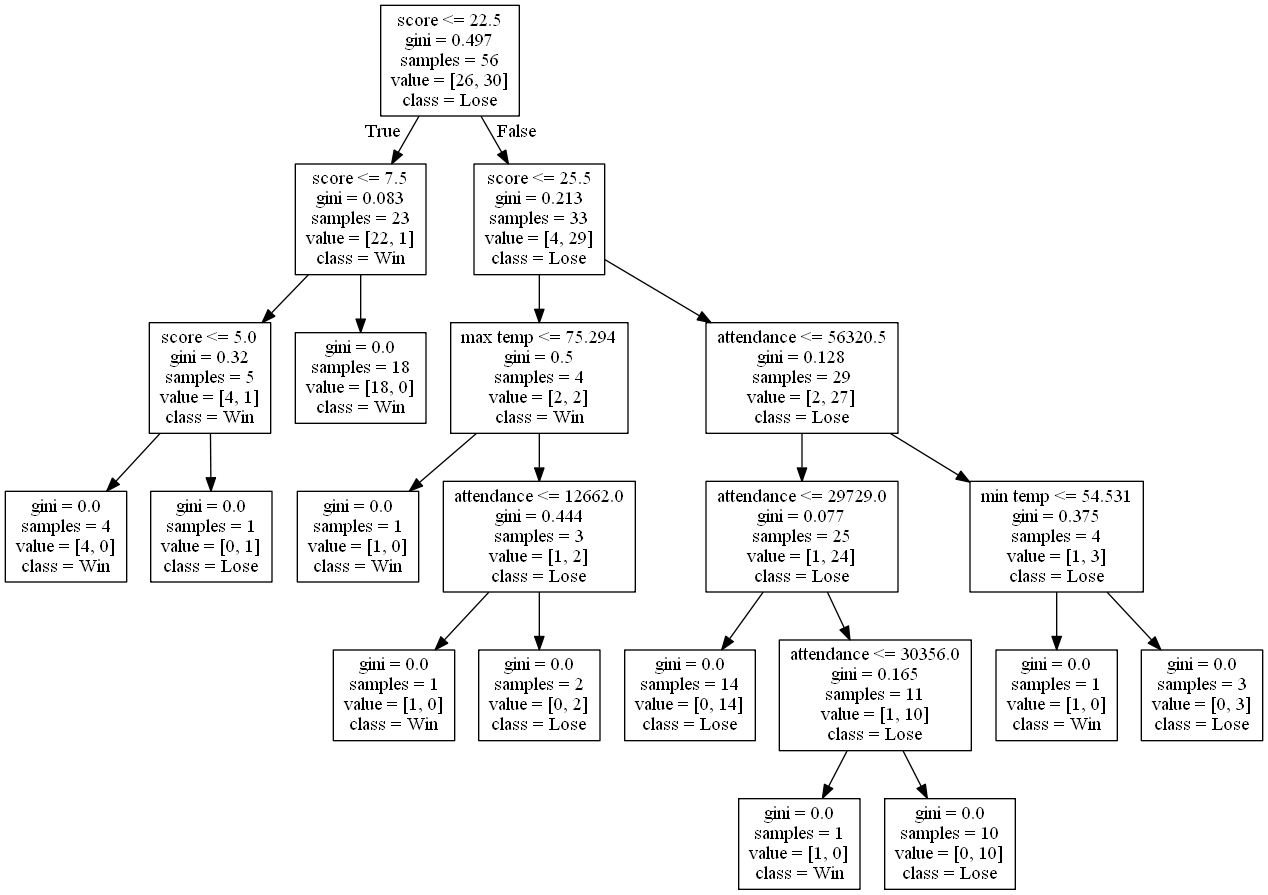
This is DecisionTrees/decision_tree_with_score16.png from alexana-steck/CSE482Project, a Graphviz export, as it was before one commit. Its source is kept beside it as DecisionTrees/decision_tree_with_score16.dot. Its diagram source:
```dot
digraph Tree {
node [shape=box] ;
0 [label="score <= 22.5\ngini = 0.497\nsamples = 56\nvalue = [26, 30]\nclass = Lose"] ;
1 [label="score <= 7.5\ngini = 0.083\nsamples = 23\nvalue = [22, 1]\nclass = Win"] ;
0 -> 1 [labeldistance=2.5, labelangle=45, headlabel="True"] ;
2 [label="score <= 5.0\ngini = 0.32\nsamples = 5\nvalue = [4, 1]\nclass = Win"] ;
1 -> 2 ;
3 [label="gini = 0.0\nsamples = 4\nvalue = [4, 0]\nclass = Win"] ;
2 -> 3 ;
4 [label="gini = 0.0\nsamples = 1\nvalue = [0, 1]\nclass = Lose"] ;
2 -> 4 ;
5 [label="gini = 0.0\nsamples = 18\nvalue = [18, 0]\nclass = Win"] ;
1 -> 5 ;
6 [label="score <= 25.5\ngini = 0.213\nsamples = 33\nvalue = [4, 29]\nclass = Lose"] ;
0 -> 6 [labeldistance=2.5, labelangle=-45, headlabel="False"] ;
7 [label="max temp <= 75.294\ngini = 0.5\nsamples = 4\nvalue = [2, 2]\nclass = Win"] ;
6 -> 7 ;
8 [label="gini = 0.0\nsamples = 1\nvalue = [1, 0]\nclass = Win"] ;
7 -> 8 ;
9 [label="attendance <= 12662.0\ngini = 0.444\nsamples = 3\nvalue = [1, 2]\nclass = Lose"] ;
7 -> 9 ;
10 [label="gini = 0.0\nsamples = 1\nvalue = [1, 0]\nclass = Win"] ;
9 -> 10 ;
11 [label="gini = 0.0\nsamples = 2\nvalue = [0, 2]\nclass = Lose"] ;
9 -> 11 ;
12 [label="attendance <= 56320.5\ngini = 0.128\nsamples = 29\nvalue = [2, 27]\nclass = Lose"] ;
6 -> 12 ;
13 [label="attendance <= 29729.0\ngini = 0.077\nsamples = 25\nvalue = [1, 24]\nclass = Lose"] ;
12 -> 13 ;
14 [label="gini = 0.0\nsamples = 14\nvalue = [0, 14]\nclass = Lose"] ;
13 -> 14 ;
15 [label="attendance <= 30356.0\ngini = 0.165\nsamples = 11\nvalue = [1, 10]\nclass = Lose"] ;
13 -> 15 ;
16 [label="gini = 0.0\nsamples = 1\nvalue = [1, 0]\nclass = Win"] ;
15 -> 16 ;
17 [label="gini = 0.0\nsamples = 10\nvalue = [0, 10]\nclass = Lose"] ;
15 -> 17 ;
18 [label="min temp <= 54.531\ngini = 0.375\nsamples = 4\nvalue = [1, 3]\nclass = Lose"] ;
12 -> 18 ;
19 [label="gini = 0.0\nsamples = 1\nvalue = [1, 0]\nclass = Win"] ;
18 -> 19 ;
20 [label="gini = 0.0\nsamples = 3\nvalue = [0, 3]\nclass = Lose"] ;
18 -> 20 ;
}
```
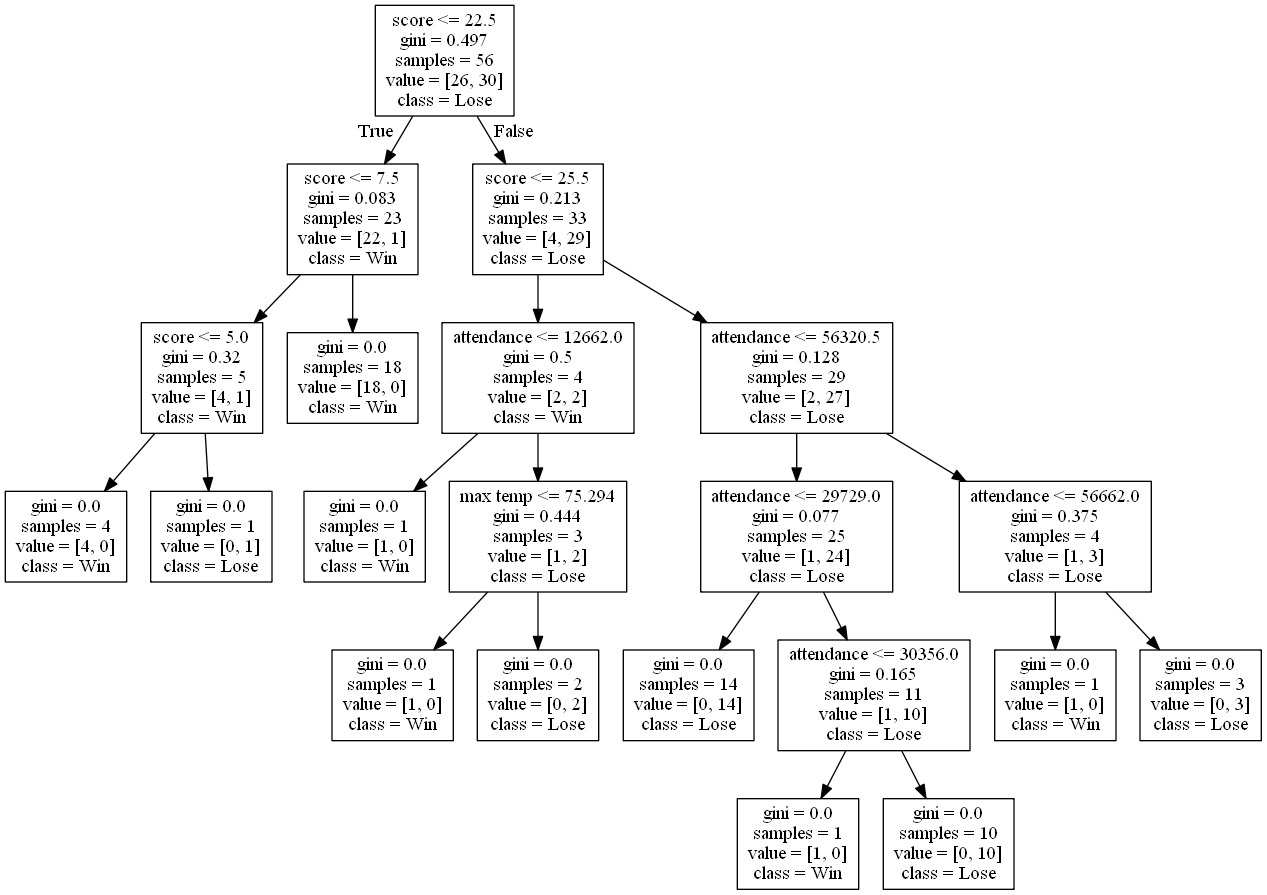
Above is the later version.

Change to the diagram source:
```diff
@@ -13,11 +13,11 @@
 1 -> 5 ;
 6 [label="score <= 25.5\ngini = 0.213\nsamples = 33\nvalue = [4, 29]\nclass = Lose"] ;
 0 -> 6 [labeldistance=2.5, labelangle=-45, headlabel="False"] ;
-7 [label="max temp <= 75.294\ngini = 0.5\nsamples = 4\nvalue = [2, 2]\nclass = Win"] ;
+7 [label="attendance <= 12662.0\ngini = 0.5\nsamples = 4\nvalue = [2, 2]\nclass = Win"] ;
 6 -> 7 ;
 8 [label="gini = 0.0\nsamples = 1\nvalue = [1, 0]\nclass = Win"] ;
 7 -> 8 ;
-9 [label="attendance <= 12662.0\ngini = 0.444\nsamples = 3\nvalue = [1, 2]\nclass = Lose"] ;
+9 [label="max temp <= 75.294\ngini = 0.444\nsamples = 3\nvalue = [1, 2]\nclass = Lose"] ;
 7 -> 9 ;
 10 [label="gini = 0.0\nsamples = 1\nvalue = [1, 0]\nclass = Win"] ;
 9 -> 10 ;
@@ -35,7 +35,7 @@
 15 -> 16 ;
 17 [label="gini = 0.0\nsamples = 10\nvalue = [0, 10]\nclass = Lose"] ;
 15 -> 17 ;
-18 [label="min temp <= 54.531\ngini = 0.375\nsamples = 4\nvalue = [1, 3]\nclass = Lose"] ;
+18 [label="attendance <= 56662.0\ngini = 0.375\nsamples = 4\nvalue = [1, 3]\nclass = Lose"] ;
 12 -> 18 ;
 19 [label="gini = 0.0\nsamples = 1\nvalue = [1, 0]\nclass = Win"] ;
 18 -> 19 ;
```
